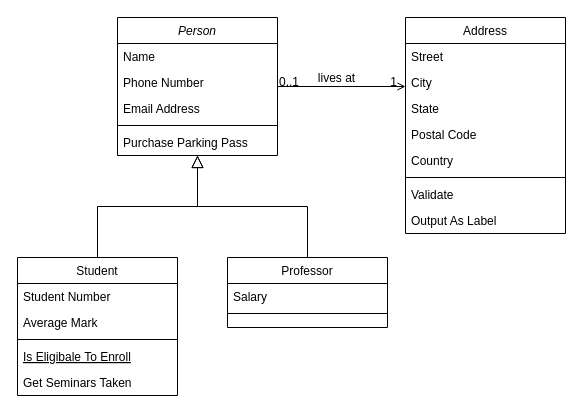
Before: Book Diagram.drawio in fxrhxnS/Week2Diagram, a draw.io diagram. Source tidied: cells renumbered, new cells numbered last; positions are measured from the earlier drawing's top-left corner, leaving out a move shared by most shapes. Both pictures are drawn from the tidied source at 100%, with x=0, y=0 at pixel (17, 17).
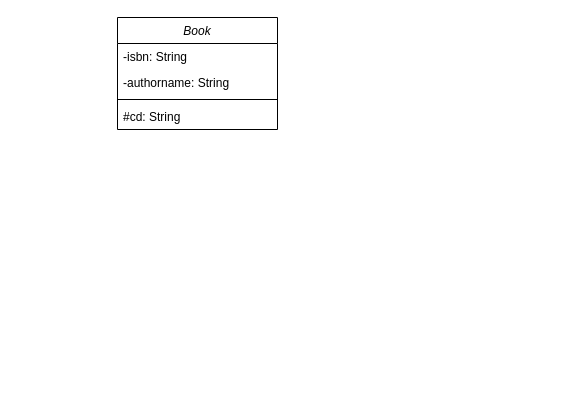
After the change.

What changed in the source:
```diff
@@
-    <mxCell id="2" value="Person" style="swimlane;fontStyle=2;align=center;verticalAlign=top;horizontal=1;startSize=26;rounded=0;shadow=0;strokeWidth=1;" parent="1" vertex="1">
-      <mxGeometry x="100" width="160" height="138" as="geometry" />
+    <mxCell id="2" value="Book" style="swimlane;fontStyle=2;align=center;verticalAlign=top;horizontal=1;startSize=26;rounded=0;shadow=0;strokeWidth=1;" parent="1" vertex="1">
+      <mxGeometry x="100" width="160" height="112" as="geometry" />
     </mxCell>
-    <mxCell id="3" value="Name" style="text;align=left;verticalAlign=top;spacingLeft=4;spacingRight=4;overflow=hidden;" parent="2" vertex="1">
+    <mxCell id="3" value="-isbn: String" style="text;align=left;verticalAlign=top;spacingLeft=4;spacingRight=4;overflow=hidden;" parent="2" vertex="1">
       <mxGeometry y="26" width="160" height="26" as="geometry" />
     </mxCell>
-    <mxCell id="4" value="Phone Number" style="text;align=left;verticalAlign=top;spacingLeft=4;spacingRight=4;overflow=hidden;rounded=0;shadow=0;html=0;" parent="2" vertex="1">
+    <mxCell id="4" value="-authorname: String" style="text;align=left;verticalAlign=top;spacingLeft=4;spacingRight=4;overflow=hidden;rounded=0;shadow=0;html=0;" parent="2" vertex="1">
       <mxGeometry y="52" width="160" height="26" as="geometry" />
     </mxCell>
-    <mxCell id="5" value="Email Address" style="text;align=left;verticalAlign=top;spacingLeft=4;spacingRight=4;overflow=hidden;rounded=0;shadow=0;html=0;" parent="2" vertex="1">
-      <mxGeometry y="78" width="160" height="26" as="geometry" />
-    </mxCell>
     <mxCell id="6" style="line;html=1;strokeWidth=1;align=left;verticalAlign=middle;spacingTop=-1;spacingLeft=3;spacingRight=3;labelPosition=right;" parent="2" vertex="1">
-      <mxGeometry y="104" width="160" height="8" as="geometry" />
+      <mxGeometry y="78" width="160" height="8" as="geometry" />
     </mxCell>
-    <mxCell id="7" value="Purchase Parking Pass" style="text;align=left;verticalAlign=top;spacingLeft=4;spacingRight=4;overflow=hidden;" parent="2" vertex="1">
-      <mxGeometry y="112" width="160" height="26" as="geometry" />
+    <mxCell id="7" value="#cd: String" style="text;align=left;verticalAlign=top;spacingLeft=4;spacingRight=4;overflow=hidden;" parent="2" vertex="1">
+      <mxGeometry y="86" width="160" height="26" as="geometry" />
     </mxCell>
-    <mxCell id="8" value="Student" style="swimlane;fontStyle=0;align=center;verticalAlign=top;horizontal=1;startSize=26;rounded=0;shadow=0;strokeWidth=1;" parent="1" vertex="1">
-      <mxGeometry y="240" width="160" height="138" as="geometry" />
-    </mxCell>
-    <mxCell id="9" value="Student Number" style="text;align=left;verticalAlign=top;spacingLeft=4;spacingRight=4;overflow=hidden;" parent="8" vertex="1">
-      <mxGeometry y="26" width="160" height="26" as="geometry" />
-    </mxCell>
-    <mxCell id="10" value="Average Mark" style="text;align=left;verticalAlign=top;spacingLeft=4;spacingRight=4;overflow=hidden;rounded=0;shadow=0;html=0;" parent="8" vertex="1">
-      <mxGeometry y="52" width="160" height="26" as="geometry" />
-    </mxCell>
-    <mxCell id="11" style="line;html=1;strokeWidth=1;align=left;verticalAlign=middle;spacingTop=-1;spacingLeft=3;spacingRight=3;labelPosition=right;" parent="8" vertex="1">
-      <mxGeometry y="78" width="160" height="8" as="geometry" />
-    </mxCell>
-    <mxCell id="12" value="Is Eligibale To Enroll" style="text;align=left;verticalAlign=top;spacingLeft=4;spacingRight=4;overflow=hidden;fontStyle=4;" parent="8" vertex="1">
-      <mxGeometry y="86" width="160" height="26" as="geometry" />
-    </mxCell>
-    <mxCell id="13" value="Get Seminars Taken" style="text;align=left;verticalAlign=top;spacingLeft=4;spacingRight=4;overflow=hidden;" parent="8" vertex="1">
-      <mxGeometry y="112" width="160" height="26" as="geometry" />
-    </mxCell>
-    <mxCell id="14" style="endArrow=block;endSize=10;endFill=0;shadow=0;strokeWidth=1;rounded=0;edgeStyle=elbowEdgeStyle;elbow=vertical;" parent="1" edge="1" source="8" target="2">
-      <mxGeometry relative="1" as="geometry" />
-    </mxCell>
-    <mxCell id="15" value="Professor" style="swimlane;fontStyle=0;align=center;verticalAlign=top;horizontal=1;startSize=26;rounded=0;shadow=0;strokeWidth=1;" parent="1" vertex="1">
-      <mxGeometry x="210" y="240" width="160" height="70" as="geometry" />
-    </mxCell>
-    <mxCell id="16" value="Salary" style="text;align=left;verticalAlign=top;spacingLeft=4;spacingRight=4;overflow=hidden;" parent="15" vertex="1">
-      <mxGeometry y="26" width="160" height="26" as="geometry" />
-    </mxCell>
-    <mxCell id="17" style="line;html=1;strokeWidth=1;align=left;verticalAlign=middle;spacingTop=-1;spacingLeft=3;spacingRight=3;labelPosition=right;" parent="15" vertex="1">
-      <mxGeometry y="52" width="160" height="8" as="geometry" />
-    </mxCell>
-    <mxCell id="18" style="endArrow=block;endSize=10;endFill=0;shadow=0;strokeWidth=1;rounded=0;edgeStyle=elbowEdgeStyle;elbow=vertical;" parent="1" edge="1" source="15" target="2">
-      <mxGeometry relative="1" as="geometry" />
-    </mxCell>
-    <mxCell id="19" value="Address" style="swimlane;fontStyle=0;align=center;verticalAlign=top;horizontal=1;startSize=26;rounded=0;shadow=0;strokeWidth=1;" parent="1" vertex="1">
-      <mxGeometry x="388" width="160" height="216" as="geometry" />
-    </mxCell>
-    <mxCell id="20" value="Street" style="text;align=left;verticalAlign=top;spacingLeft=4;spacingRight=4;overflow=hidden;" parent="19" vertex="1">
-      <mxGeometry y="26" width="160" height="26" as="geometry" />
-    </mxCell>
-    <mxCell id="21" value="City" style="text;align=left;verticalAlign=top;spacingLeft=4;spacingRight=4;overflow=hidden;rounded=0;shadow=0;html=0;" parent="19" vertex="1">
-      <mxGeometry y="52" width="160" height="26" as="geometry" />
-    </mxCell>
-    <mxCell id="22" value="State" style="text;align=left;verticalAlign=top;spacingLeft=4;spacingRight=4;overflow=hidden;rounded=0;shadow=0;html=0;" parent="19" vertex="1">
-      <mxGeometry y="78" width="160" height="26" as="geometry" />
-    </mxCell>
-    <mxCell id="23" value="Postal Code" style="text;align=left;verticalAlign=top;spacingLeft=4;spacingRight=4;overflow=hidden;rounded=0;shadow=0;html=0;" parent="19" vertex="1">
-      <mxGeometry y="104" width="160" height="26" as="geometry" />
-    </mxCell>
-    <mxCell id="24" value="Country" style="text;align=left;verticalAlign=top;spacingLeft=4;spacingRight=4;overflow=hidden;rounded=0;shadow=0;html=0;" parent="19" vertex="1">
-      <mxGeometry y="130" width="160" height="26" as="geometry" />
-    </mxCell>
-    <mxCell id="25" style="line;html=1;strokeWidth=1;align=left;verticalAlign=middle;spacingTop=-1;spacingLeft=3;spacingRight=3;labelPosition=right;" parent="19" vertex="1">
-      <mxGeometry y="156" width="160" height="8" as="geometry" />
-    </mxCell>
-    <mxCell id="26" value="Validate" style="text;align=left;verticalAlign=top;spacingLeft=4;spacingRight=4;overflow=hidden;" parent="19" vertex="1">
-      <mxGeometry y="164" width="160" height="26" as="geometry" />
-    </mxCell>
-    <mxCell id="27" value="Output As Label" style="text;align=left;verticalAlign=top;spacingLeft=4;spacingRight=4;overflow=hidden;" parent="19" vertex="1">
-      <mxGeometry y="190" width="160" height="26" as="geometry" />
-    </mxCell>
-    <mxCell id="28" style="endArrow=open;shadow=0;strokeWidth=1;rounded=0;endFill=1;edgeStyle=elbowEdgeStyle;elbow=vertical;" parent="1" edge="1" source="2" target="19">
-      <mxGeometry x="0.5" y="41" relative="1" as="geometry">
-        <mxPoint x="-40" y="32" as="offset" />
-      </mxGeometry>
-    </mxCell>
-    <mxCell id="29" value="0..1" style="align=left;verticalAlign=bottom;labelBackgroundColor=none;fontSize=12;" parent="28" vertex="1">
-      <mxGeometry x="-1" relative="1" as="geometry">
-        <mxPoint y="4" as="offset" />
-      </mxGeometry>
-    </mxCell>
-    <mxCell id="30" value="1" style="align=right;verticalAlign=bottom;labelBackgroundColor=none;fontSize=12;" parent="28" vertex="1">
-      <mxGeometry x="1" relative="1" as="geometry">
-        <mxPoint x="-7" y="4" as="offset" />
-      </mxGeometry>
-    </mxCell>
-    <mxCell id="31" value="lives at" style="text;html=1;align=center;verticalAlign=middle;labelBackgroundColor=none;rounded=0;shadow=0;strokeWidth=1;fontSize=12;" parent="28" vertex="1">
-      <mxGeometry x="0.5" y="49" relative="1" as="geometry">
-        <mxPoint x="-38" y="40" as="offset" />
-      </mxGeometry>
-    </mxCell>
```
